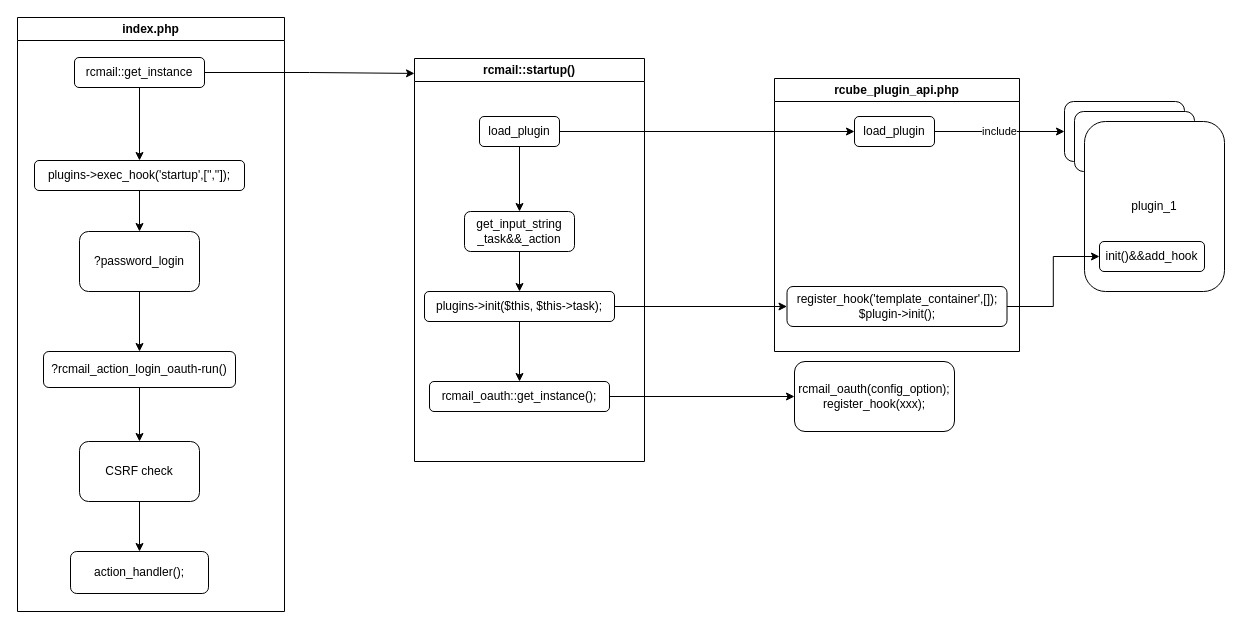
p0mel0/diagrams keeps this draw.io diagram as Roundcube_index.drawio. Above is the earlier version. Source tidied: cells renumbered, new cells numbered last; positions are measured from the earlier drawing's top-left corner, leaving out a move shared by most shapes. Both pictures are drawn from the tidied source at 100%, with x=0, y=0 at pixel (17, 17).
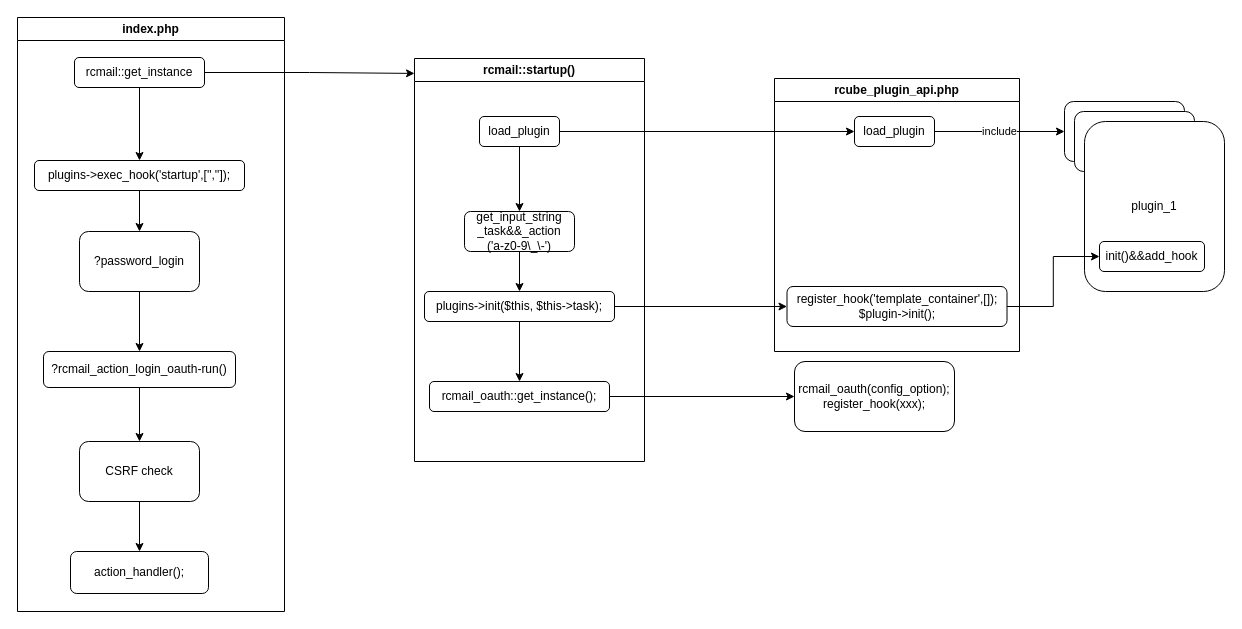
Above is the later version.

The change refers to these unchanged cells:
```xml
<mxCell id="19" value="rcmail::startup()" style="swimlane;whiteSpace=wrap;html=1;shadow=0;" parent="1" vertex="1">
  <mxGeometry x="397" y="41" width="230" height="403" as="geometry" />
</mxCell>
```

The edit, as a diff of the source:
```diff
@@
-    <mxCell id="23" value="get_input_string&lt;br&gt;_task&amp;amp;&amp;amp;_action" style="rounded=1;whiteSpace=wrap;html=1;shadow=0;" parent="19" vertex="1">
+    <mxCell id="23" value="get_input_string&lt;br&gt;_task&amp;amp;&amp;amp;_action&lt;br&gt;('a-z0-9\_\-')" style="rounded=1;whiteSpace=wrap;html=1;shadow=0;" parent="19" vertex="1">
       <mxGeometry x="50" y="153" width="110" height="40" as="geometry" />
     </mxCell>
```
